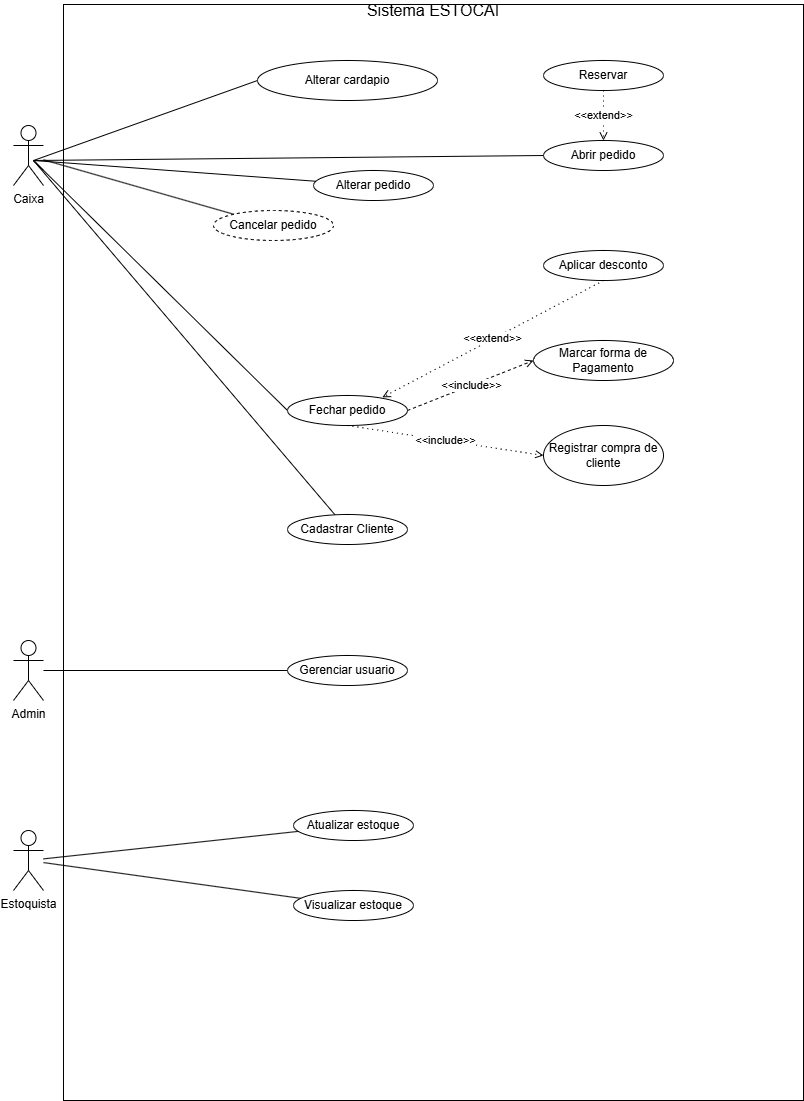
The draw.io diagram Assets/Diagrama_de_Casos_de_Usos.drawio.png in garbomurilo/Estocai, before a commit. Source tidied: cells renumbered, new cells last; positions are measured from the earlier drawing's top-left corner, leaving out a move shared by most shapes.
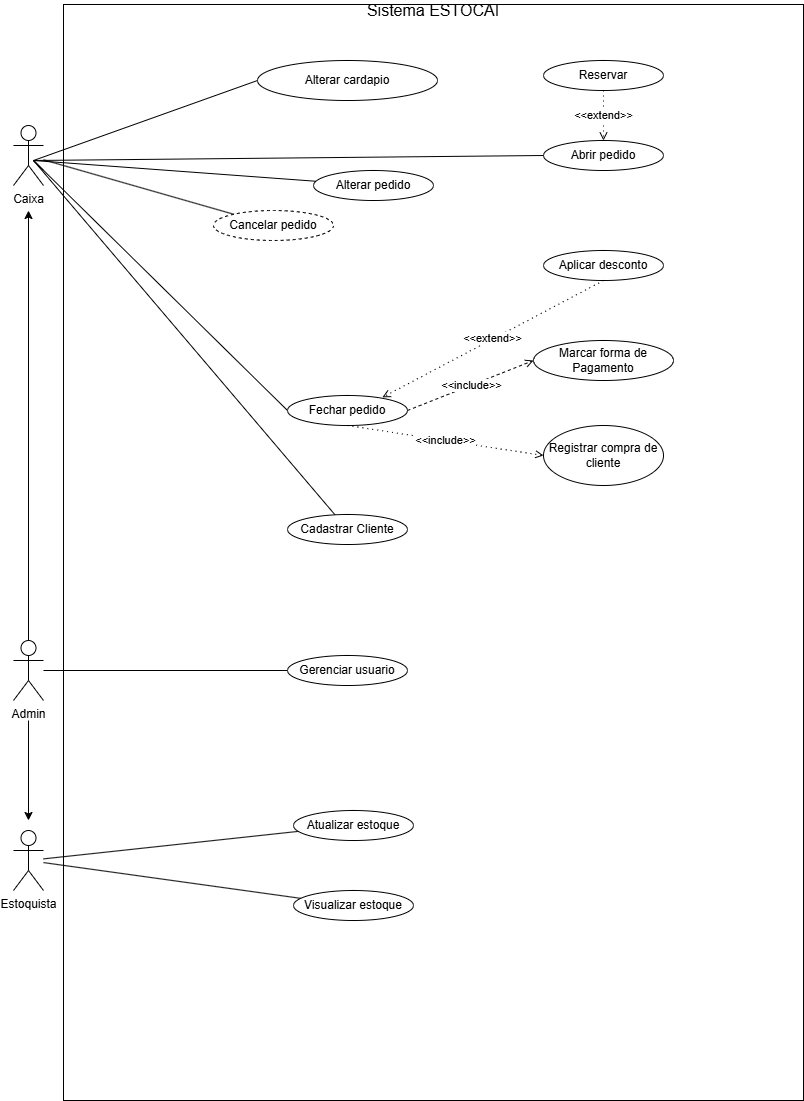
The same diagram one commit later.

Change to the diagram source:
```diff
@@ -89,6 +89,17 @@
     <mxCell id="26" style="edgeStyle=orthogonalEdgeStyle;rounded=0;jettySize=auto;html=1;entryX=0;entryY=0.5;entryDx=0;entryDy=0;endArrow=none;endFill=0;" parent="1" edge="1" source="27" target="28">
       <mxGeometry relative="1" as="geometry" />
     </mxCell>
+    <mxCell id="36" style="edgeStyle=orthogonalEdgeStyle;rounded=0;jettySize=auto;html=1;" parent="1" edge="1" source="27">
+      <mxGeometry relative="1" as="geometry">
+        <mxPoint x="15" y="210" as="targetPoint" />
+      </mxGeometry>
+    </mxCell>
+    <mxCell id="37" style="edgeStyle=orthogonalEdgeStyle;rounded=0;orthogonalLoop=1;jettySize=auto;html=1;" parent="1" edge="1">
+      <mxGeometry relative="1" as="geometry">
+        <mxPoint x="15" y="720" as="sourcePoint" />
+        <mxPoint x="15" y="820" as="targetPoint" />
+      </mxGeometry>
+    </mxCell>
     <mxCell id="27" value="&lt;div&gt;Admin&lt;/div&gt;" style="shape=umlActor;verticalLabelPosition=bottom;verticalAlign=top;html=1;outlineConnect=0;" parent="1" vertex="1">
       <mxGeometry y="640" width="30" height="60" as="geometry" />
     </mxCell>
```
